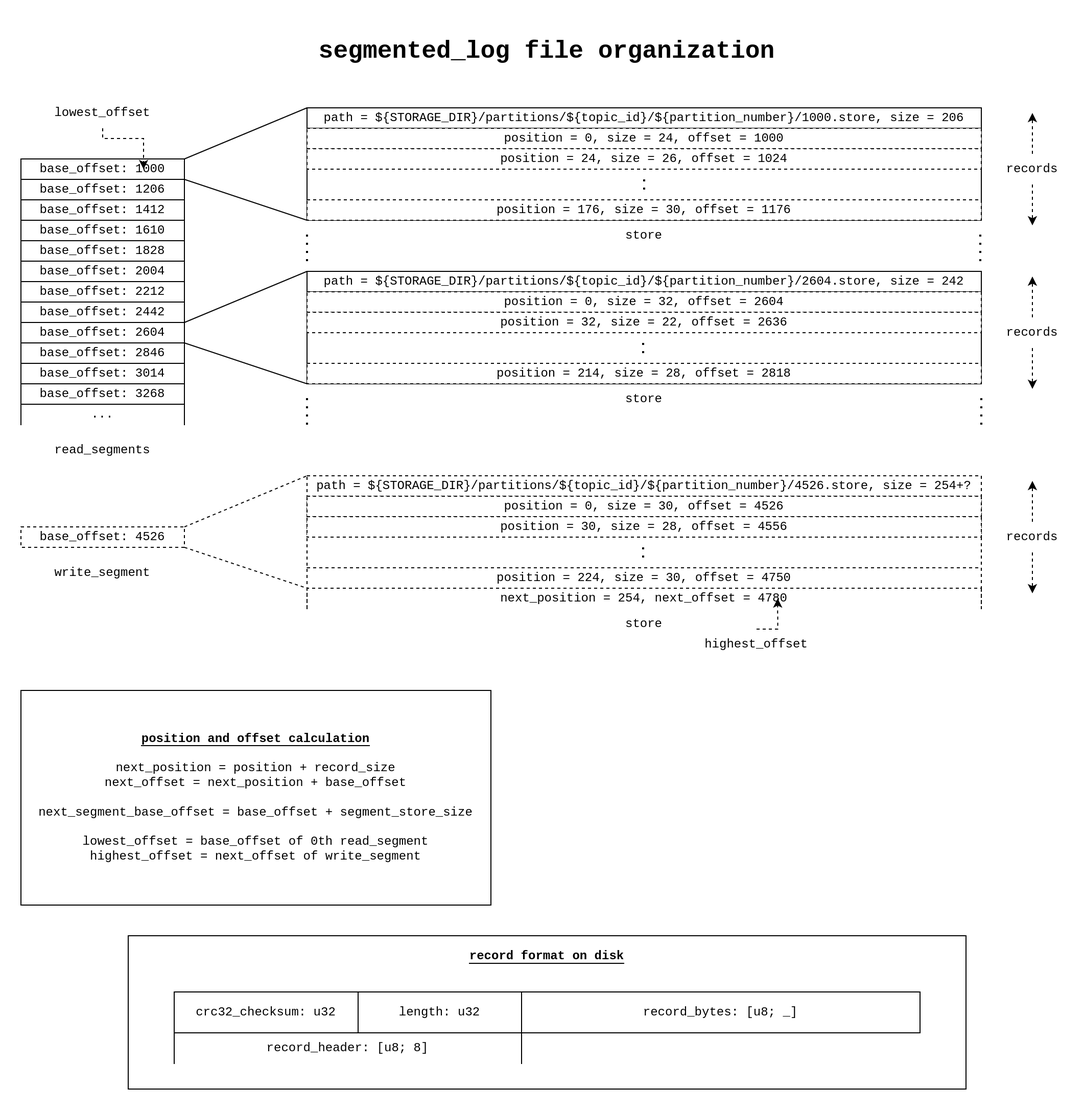
Before: assets/diagrams/laminarmq-segmented-log.png, a diagram exported from draw.io (arindas/laminarmq). Source tidied: cells renumbered, new cells last; positions are measured from the earlier drawing's top-left corner, leaving out a move shared by most shapes.
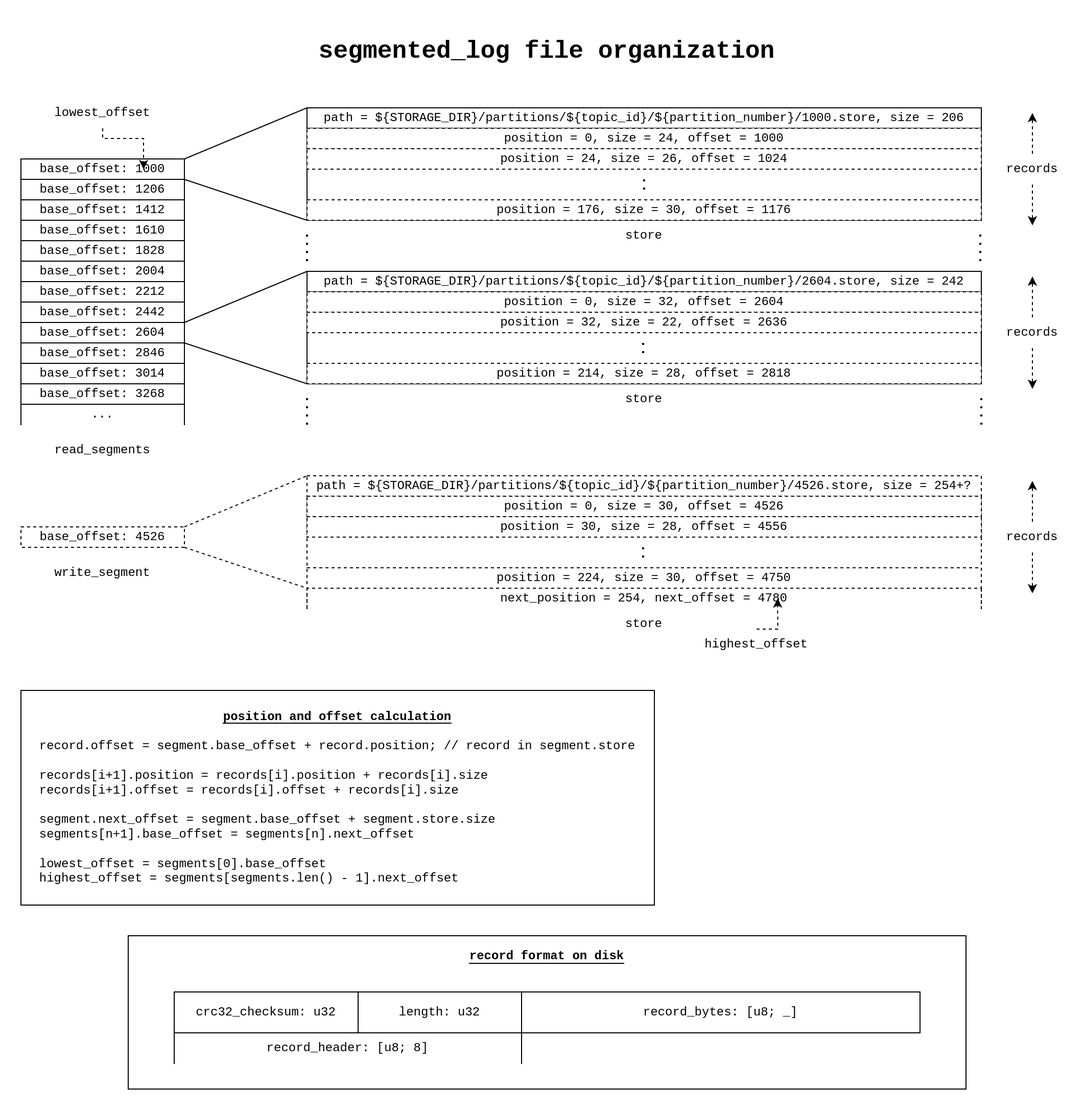
After the change.

Commit message:
Clarified position and offset calculations further. Explicitly specified offset for new record in README.

What changed in the source:
```diff
@@ -214,8 +214,8 @@
     <mxCell id="61" value="records" style="text;html=1;strokeColor=none;fillColor=none;align=center;verticalAlign=middle;whiteSpace=wrap;rounded=0;dashed=1;fontFamily=Courier New;fontSize=12;" parent="1" vertex="1">
       <mxGeometry x="960" y="475" width="60" height="30" as="geometry" />
     </mxCell>
-    <mxCell id="62" value="&lt;div&gt;&lt;b&gt;&lt;u&gt;position and offset calculation&lt;/u&gt;&lt;/b&gt;&lt;br&gt;&lt;/div&gt;&lt;div&gt;&lt;br&gt;&lt;/div&gt;&lt;div&gt;next_position = position + record_size&lt;/div&gt;&lt;div&gt;next_offset = next_position + base_offset&lt;br&gt;&lt;/div&gt;&lt;div&gt;&lt;br&gt;&lt;/div&gt;&lt;div&gt;next_segment_base_offset = base_offset + segment_store_size&lt;/div&gt;&lt;div&gt;&lt;br&gt;&lt;/div&gt;&lt;div&gt;lowest_offset = base_offset of 0th read_segment&lt;/div&gt;&lt;div&gt;highest_offset = next_offset of write_segment&lt;br&gt;&lt;/div&gt;" style="rounded=0;whiteSpace=wrap;html=1;fontFamily=Courier New;fontSize=12;" parent="1" vertex="1">
-      <mxGeometry y="640" width="460" height="210" as="geometry" />
+    <mxCell id="62" value="&lt;div&gt;&lt;b&gt;&lt;u&gt;position and offset calculation&lt;/u&gt;&lt;/b&gt;&lt;br&gt;&lt;/div&gt;&lt;div&gt;&lt;br&gt;&lt;/div&gt;&lt;div align=&quot;left&quot;&gt;record.offset = segment.base_offset + record.position; // record in segment.store&lt;/div&gt;&lt;div align=&quot;left&quot;&gt;&lt;br&gt;&lt;/div&gt;&lt;div align=&quot;left&quot;&gt;records[i+1].position = records[i].position + records[i].size&lt;br&gt;&lt;/div&gt;&lt;div align=&quot;left&quot;&gt;records[i+1].offset = records[i].offset + records[i].size&lt;br&gt;&lt;/div&gt;&lt;div align=&quot;left&quot;&gt;&lt;br&gt;&lt;/div&gt;&lt;div align=&quot;left&quot;&gt;segment.next_offset = segment.base_offset + segment.store.size&lt;br&gt;&lt;/div&gt;&lt;div align=&quot;left&quot;&gt;segments[n+1].base_offset = segments[n].next_offset&lt;br&gt;&lt;/div&gt;&lt;div align=&quot;left&quot;&gt;&lt;br&gt;&lt;/div&gt;&lt;div align=&quot;left&quot;&gt;lowest_offset = segments[0].base_offset&lt;br&gt;&lt;/div&gt;&lt;div align=&quot;left&quot;&gt;highest_offset = segments[segments.len() - 1].next_offset&lt;br&gt;&lt;/div&gt;" style="rounded=0;whiteSpace=wrap;html=1;fontFamily=Courier New;fontSize=12;" parent="1" vertex="1">
+      <mxGeometry y="640" width="620" height="210" as="geometry" />
     </mxCell>
     <mxCell id="63" style="rounded=0;whiteSpace=wrap;html=1;fontFamily=Courier New;fontSize=12;" parent="1" vertex="1">
       <mxGeometry x="150" y="935" width="730" height="40" as="geometry" />
```
